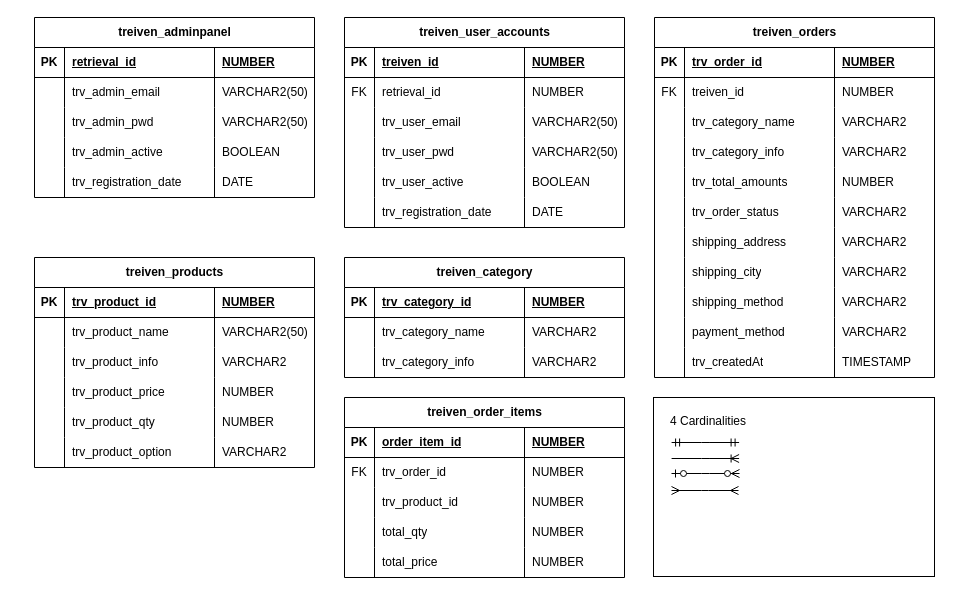
Before: public/treiven.drawio in lash0000/im101, a draw.io diagram. Source tidied: cells renumbered, new cells numbered last; positions are measured from the earlier drawing's top-left corner, leaving out a move shared by most shapes. Both pictures are drawn from the tidied source at 100%, with x=0, y=0 at pixel (34, 17).
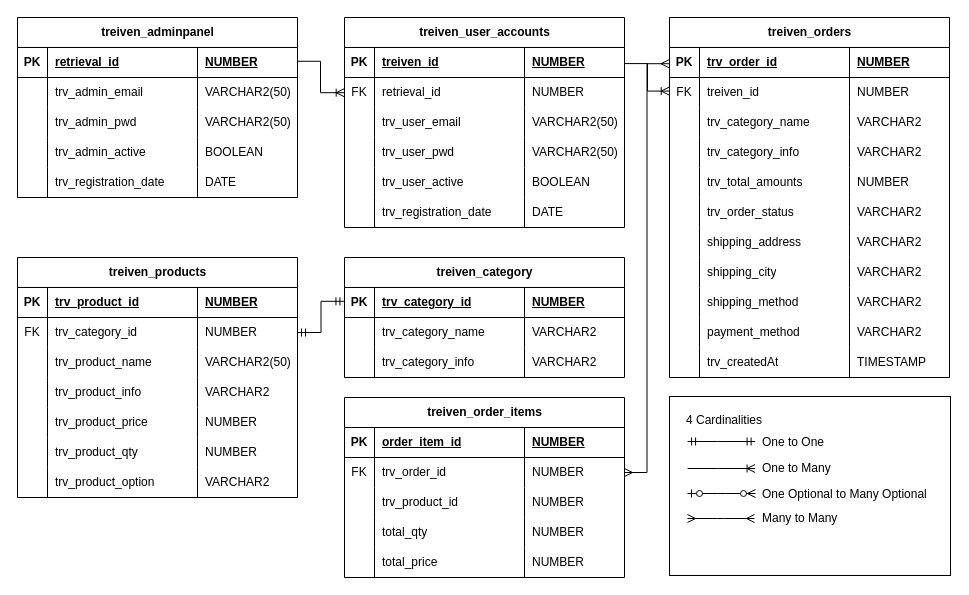
After the change.

Commit message:
provide cardinality

Unchanged cells that the change refers to:
```xml
<mxCell id="3" style="shape=tableRow;horizontal=0;startSize=0;swimlaneHead=0;swimlaneBody=0;fillColor=none;points=[[0,0.5],[1,0.5]];portConstraint=eastwest;top=0;left=0;right=0;bottom=1;" parent="2" vertex="1">
  <mxGeometry y="30" width="280" height="30" as="geometry" />
</mxCell>
<mxCell id="24" style="shape=tableRow;horizontal=0;startSize=0;swimlaneHead=0;swimlaneBody=0;fillColor=none;points=[[0,0.5],[1,0.5]];portConstraint=eastwest;top=0;left=0;right=0;bottom=1;" parent="23" vertex="1">
  <mxGeometry y="30" width="280" height="30" as="geometry" />
</mxCell>
<mxCell id="74" style="shape=tableRow;horizontal=0;startSize=0;swimlaneHead=0;swimlaneBody=0;fillColor=none;points=[[0,0.5],[1,0.5]];portConstraint=eastwest;top=0;left=0;right=0;bottom=1;" parent="73" vertex="1">
  <mxGeometry y="30" width="280" height="30" as="geometry" />
</mxCell>
<mxCell id="91" style="shape=tableRow;horizontal=0;startSize=0;swimlaneHead=0;swimlaneBody=0;fillColor=none;points=[[0,0.5],[1,0.5]];portConstraint=eastwest;top=0;left=0;right=0;bottom=0;" parent="86" vertex="1">
  <mxGeometry y="60" width="280" height="30" as="geometry" />
</mxCell>
<mxCell id="108" style="shape=tableRow;horizontal=0;startSize=0;swimlaneHead=0;swimlaneBody=0;fillColor=none;points=[[0,0.5],[1,0.5]];portConstraint=eastwest;top=0;left=0;right=0;bottom=1;" parent="107" vertex="1">
  <mxGeometry y="30" width="280" height="30" as="geometry" />
</mxCell>
<mxCell id="112" style="shape=tableRow;horizontal=0;startSize=0;swimlaneHead=0;swimlaneBody=0;fillColor=none;points=[[0,0.5],[1,0.5]];portConstraint=eastwest;top=0;left=0;right=0;bottom=0;" parent="107" vertex="1">
  <mxGeometry y="60" width="280" height="30" as="geometry" />
</mxCell>
```

What changed in the source:
```diff
@@
     <mxCell id="2" value="treiven_adminpanel" style="shape=table;startSize=30;childLayout=tableLayout;rowLines=0;fontStyle=1;align=center;html=1;" parent="1" vertex="1">
-      <mxGeometry width="280" height="180" as="geometry" />
+      <mxGeometry x="-17" width="280" height="180" as="geometry" />
     </mxCell>
@@
     <mxCell id="48" value="treiven_products" style="shape=table;startSize=30;childLayout=tableLayout;rowLines=0;fontStyle=1;align=center;html=1;" parent="1" vertex="1">
-      <mxGeometry y="240" width="280" height="210" as="geometry" />
+      <mxGeometry x="-17" y="240" width="280" height="240" as="geometry" />
     </mxCell>
@@
+    <mxCell id="159" style="shape=tableRow;horizontal=0;startSize=0;swimlaneHead=0;swimlaneBody=0;fillColor=none;points=[[0,0.5],[1,0.5]];portConstraint=eastwest;top=0;left=0;right=0;bottom=0;" parent="48" vertex="1">
+      <mxGeometry y="60" width="280" height="30" as="geometry" />
+    </mxCell>
+    <mxCell id="160" value="FK" style="shape=partialRectangle;fillColor=none;top=0;left=0;bottom=0;right=0;overflow=hidden;whiteSpace=wrap;html=1;" parent="159" vertex="1">
+      <mxGeometry width="30" height="30" as="geometry" />
+    </mxCell>
+    <mxCell id="161" value="trv_category_id" style="shape=partialRectangle;fillColor=none;top=0;left=0;bottom=0;right=0;align=left;spacingLeft=6;overflow=hidden;whiteSpace=wrap;html=1;" parent="159" vertex="1">
+      <mxGeometry x="30" width="150" height="30" as="geometry" />
+    </mxCell>
+    <mxCell id="162" value="NUMBER" style="shape=partialRectangle;fillColor=none;top=0;left=0;bottom=0;right=0;align=left;spacingLeft=6;overflow=hidden;whiteSpace=wrap;html=1;" parent="159" vertex="1">
+      <mxGeometry x="180" width="100" height="30" as="geometry" />
+    </mxCell>
     <mxCell id="53" style="shape=tableRow;horizontal=0;startSize=0;swimlaneHead=0;swimlaneBody=0;fillColor=none;top=0;left=0;right=0;bottom=0;" parent="48" vertex="1">
-      <mxGeometry y="60" width="280" height="30" as="geometry" />
+      <mxGeometry y="90" width="280" height="30" as="geometry" />
     </mxCell>
@@
     <mxCell id="57" style="shape=tableRow;horizontal=0;startSize=0;swimlaneHead=0;swimlaneBody=0;fillColor=none;top=0;left=0;right=0;bottom=0;" parent="48" vertex="1">
-      <mxGeometry y="90" width="280" height="30" as="geometry" />
+      <mxGeometry y="120" width="280" height="30" as="geometry" />
     </mxCell>
@@
     <mxCell id="61" style="shape=tableRow;horizontal=0;startSize=0;swimlaneHead=0;swimlaneBody=0;fillColor=none;top=0;left=0;right=0;bottom=0;" parent="48" vertex="1">
-      <mxGeometry y="120" width="280" height="30" as="geometry" />
+      <mxGeometry y="150" width="280" height="30" as="geometry" />
     </mxCell>
@@
     <mxCell id="65" style="shape=tableRow;horizontal=0;startSize=0;swimlaneHead=0;swimlaneBody=0;fillColor=none;top=0;left=0;right=0;bottom=0;" parent="48" vertex="1">
-      <mxGeometry y="150" width="280" height="30" as="geometry" />
+      <mxGeometry y="180" width="280" height="30" as="geometry" />
     </mxCell>
@@
     <mxCell id="69" style="shape=tableRow;horizontal=0;startSize=0;swimlaneHead=0;swimlaneBody=0;fillColor=none;top=0;left=0;right=0;bottom=0;" parent="48" vertex="1">
-      <mxGeometry y="180" width="280" height="30" as="geometry" />
+      <mxGeometry y="210" width="280" height="30" as="geometry" />
     </mxCell>
@@
     <mxCell id="107" value="treiven_orders" style="shape=table;startSize=30;childLayout=tableLayout;rowLines=0;fontStyle=1;align=center;html=1;" parent="1" vertex="1">
-      <mxGeometry x="620" width="280" height="360" as="geometry" />
+      <mxGeometry x="635" width="280" height="360" as="geometry" />
     </mxCell>
@@
     <mxCell id="152" style="group;" parent="1" vertex="1">
-      <mxGeometry x="619" y="380" width="282" height="179" as="geometry" />
+      <mxGeometry x="635" y="379" width="282" height="179" as="geometry" />
     </mxCell>
@@
     <mxCell id="156" style="edgeStyle=entityRelationEdgeStyle;fontSize=12;html=1;endArrow=ERoneToMany;rounded=0;" parent="152" edge="1">
       <mxGeometry relative="1" as="geometry">
-        <mxPoint x="18.1" y="61" as="sourcePoint" />
-        <mxPoint x="85.6" y="61" as="targetPoint" />
+        <mxPoint x="18.1" y="72" as="sourcePoint" />
+        <mxPoint x="85.6" y="72" as="targetPoint" />
       </mxGeometry>
     </mxCell>
     <mxCell id="157" style="edgeStyle=entityRelationEdgeStyle;fontSize=12;html=1;endArrow=ERzeroToMany;startArrow=ERzeroToOne;rounded=0;" parent="152" edge="1">
       <mxGeometry relative="1" as="geometry">
-        <mxPoint x="18" y="76" as="sourcePoint" />
-        <mxPoint x="86" y="76" as="targetPoint" />
+        <mxPoint x="18" y="97" as="sourcePoint" />
+        <mxPoint x="86" y="97" as="targetPoint" />
       </mxGeometry>
     </mxCell>
     <mxCell id="158" style="edgeStyle=entityRelationEdgeStyle;fontSize=12;html=1;endArrow=ERmany;startArrow=ERmany;rounded=0;" parent="152" edge="1">
       <mxGeometry relative="1" as="geometry">
-        <mxPoint x="18" y="93" as="sourcePoint" />
-        <mxPoint x="85" y="93" as="targetPoint" />
+        <mxPoint x="18" y="122" as="sourcePoint" />
+        <mxPoint x="85" y="122" as="targetPoint" />
       </mxGeometry>
     </mxCell>
+    <mxCell id="163" value="One to One" style="text;html=1;align=left;verticalAlign=middle;whiteSpace=wrap;rounded=0;" parent="152" vertex="1">
+      <mxGeometry x="91" y="35" width="85.6" height="22" as="geometry" />
+    </mxCell>
+    <mxCell id="164" value="One to Many" style="text;html=1;align=left;verticalAlign=middle;whiteSpace=wrap;rounded=0;" parent="152" vertex="1">
+      <mxGeometry x="91" y="61" width="85.6" height="22" as="geometry" />
+    </mxCell>
+    <mxCell id="165" value="One Optional to Many Optional" style="text;html=1;align=left;verticalAlign=middle;whiteSpace=wrap;rounded=0;" parent="152" vertex="1">
+      <mxGeometry x="91" y="87" width="172" height="22" as="geometry" />
+    </mxCell>
+    <mxCell id="166" value="Many to Many" style="text;html=1;align=left;verticalAlign=middle;whiteSpace=wrap;rounded=0;" parent="152" vertex="1">
+      <mxGeometry x="91" y="111" width="85.6" height="22" as="geometry" />
+    </mxCell>
+    <mxCell id="167" style="edgeStyle=elbowEdgeStyle;fontSize=12;html=1;endArrow=ERoneToMany;rounded=0;exitX=1;exitY=0.459;exitDx=0;exitDy=0;entryX=-0.001;entryY=0.54;entryDx=0;entryDy=0;entryPerimeter=0;exitPerimeter=0;" parent="1" edge="1" source="3">
+      <mxGeometry relative="1" as="geometry">
+        <mxPoint x="309.7" y="75.2" as="targetPoint" />
+      </mxGeometry>
+    </mxCell>
+    <mxCell id="168" style="edgeStyle=elbowEdgeStyle;fontSize=12;html=1;endArrow=ERoneToMany;rounded=0;exitX=1.002;exitY=0.536;exitDx=0;exitDy=0;entryX=-0.001;entryY=0.453;entryDx=0;entryDy=0;entryPerimeter=0;exitPerimeter=0;" parent="1" edge="1" source="24" target="112">
+      <mxGeometry relative="1" as="geometry" />
+    </mxCell>
+    <mxCell id="169" style="edgeStyle=orthogonalEdgeStyle;fontSize=12;html=1;endArrow=ERmany;startArrow=ERmany;rounded=0;entryX=-0.002;entryY=0.541;entryDx=0;entryDy=0;entryPerimeter=0;exitX=1;exitY=0.5;exitDx=0;exitDy=0;" parent="1" edge="1" source="91" target="108">
+      <mxGeometry relative="1" as="geometry" />
+    </mxCell>
+    <mxCell id="170" style="edgeStyle=orthogonalEdgeStyle;fontSize=12;html=1;endArrow=ERmandOne;startArrow=ERmandOne;rounded=0;exitX=1;exitY=0.5;exitDx=0;exitDy=0;entryX=-0.002;entryY=0.46;entryDx=0;entryDy=0;entryPerimeter=0;" parent="1" edge="1" source="159" target="74">
+      <mxGeometry relative="1" as="geometry" />
+    </mxCell>
```
